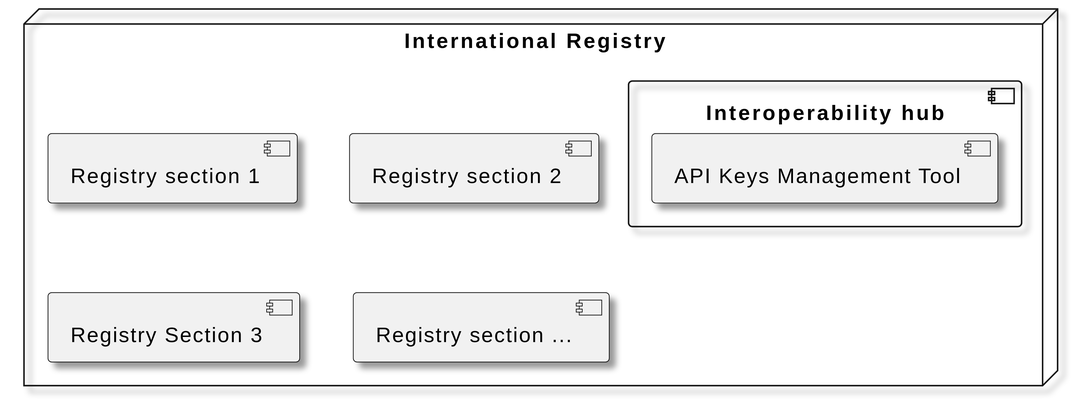
Above: diagrams/security components.svg in frankcnng/CARP (PlantUML), before the change. Its diagram source:
```plantuml
@startuml
skinparam dpi 300
skinparam monochrome true
skinparam shadowing true
skinparam defaultTextAlignment center

node "International Registry" {
component "Registry section 1" as rs2
component "Registry section 2" as rs1
component "Registry Section 3" as rs3
component "Registry section ..." as rsn

component "Interoperability hub" as h {
    component "API Keys Management Tool" as ak
}

}
@enduml
```
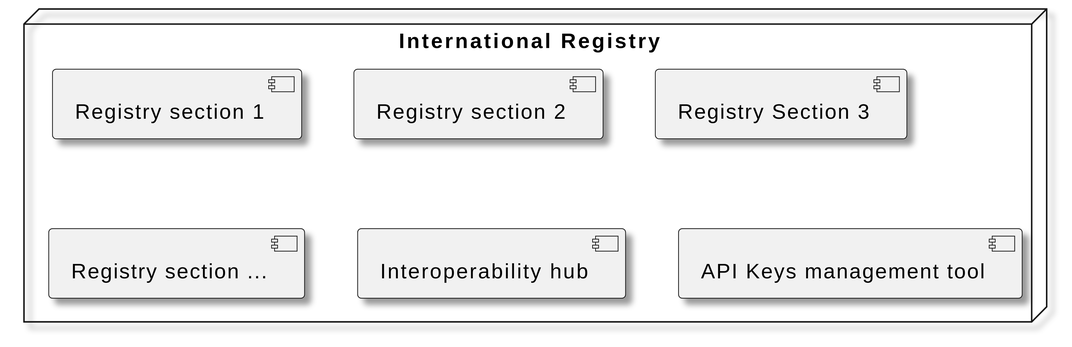
Later version of the same file.

The edit, as a diff of the source:
```diff
@@ -10,9 +10,9 @@
 component "Registry Section 3" as rs3
 component "Registry section ..." as rsn
 
-component "Interoperability hub" as h {
-    component "API Keys Management Tool" as ak
-}
+component "Interoperability hub" as h
+
+component "API Keys management tool" as ak
 
 }
 @enduml
```
